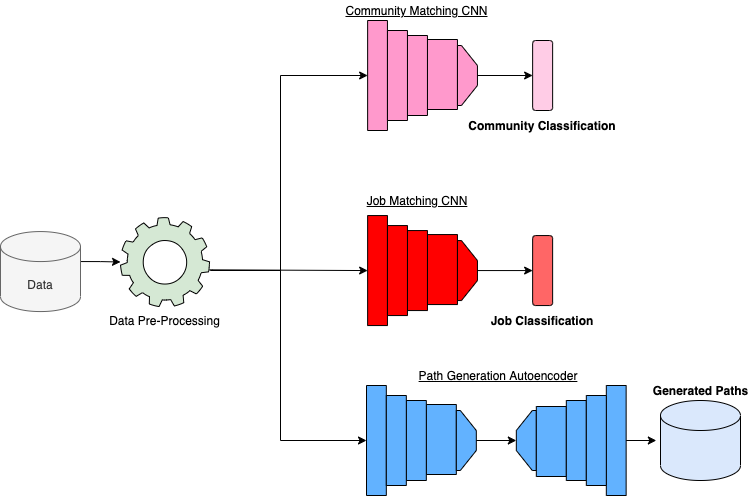
ayaanzhaque/Trail keeps this draw.io diagram as images/docs/model_diagram.png. Above is the earlier version. Source tidied: cells renumbered, new cells last; positions are measured from the earlier drawing's top-left corner, leaving out a move shared by most shapes.
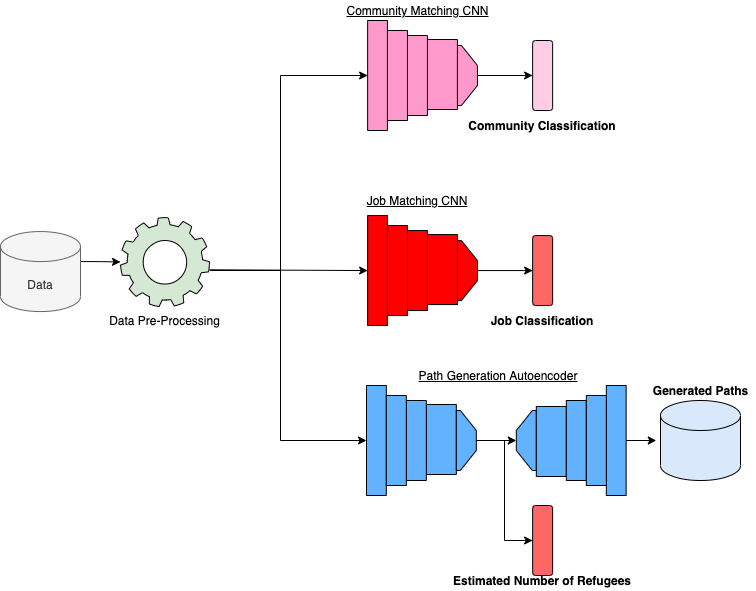
Above is the later version.

Commit message:
replace figure

Change to the diagram source:
```diff
@@ -152,5 +152,14 @@
         </Array>
       </mxGeometry>
     </mxCell>
+    <mxCell id="45" style="rounded=1;whiteSpace=wrap;html=1;fillColor=#FF6666;rotation=-90;" parent="1" vertex="1">
+      <mxGeometry x="507.1" y="530" width="70" height="20" as="geometry" />
+    </mxCell>
+    <mxCell id="46" style="edgeStyle=orthogonalEdgeStyle;rounded=0;jettySize=auto;html=1;exitX=0.5;exitY=0;exitDx=0;exitDy=0;entryX=0.5;entryY=0;entryDx=0;entryDy=0;" parent="1" edge="1" source="21" target="45">
+      <mxGeometry relative="1" as="geometry" />
+    </mxCell>
+    <mxCell id="47" value="&lt;b&gt;Estimated Number of Refugees&lt;/b&gt;" style="text;html=1;strokeColor=none;fillColor=none;align=center;verticalAlign=middle;whiteSpace=wrap;rounded=0;" parent="1" vertex="1">
+      <mxGeometry x="442.1" y="570" width="200" height="20" as="geometry" />
+    </mxCell>
   </root>
 </mxGraphModel>
```
